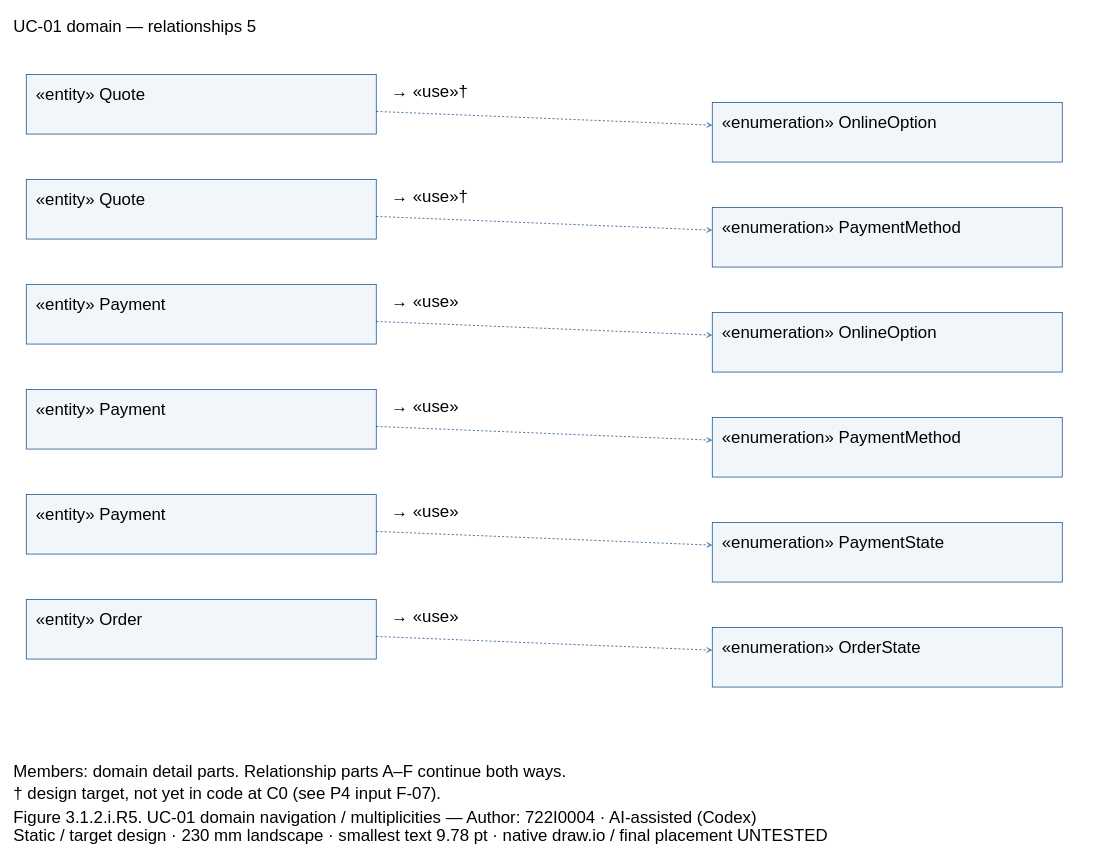
Before: models/UC-01/dcd_uc01_domain_links_PartE.drawio in Dat071104/SaigonBite, a draw.io diagram. Source tidied: cells renumbered, new cells numbered last; positions are measured from the earlier drawing's top-left corner, leaving out a move shared by most shapes. Both pictures are drawn from the tidied source at 70%, with x=0, y=0 at pixel (12, 12).
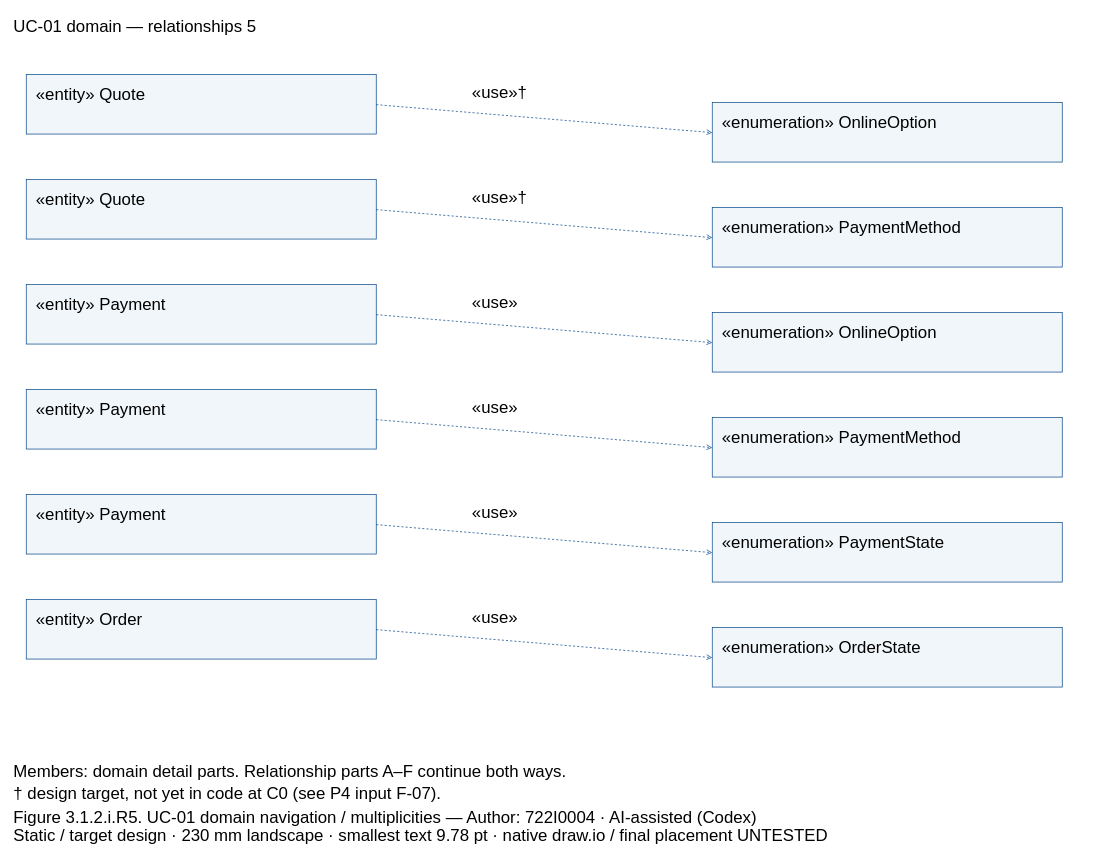
The same page after the edit.

The change refers to these unchanged cells:
```xml
<mxCell id="3" style="fillColor=#F1F6FA;strokeColor=#004387;fontFamily=Arial;fontSize=24;whiteSpace=wrap;html=0;" parent="1" vertex="1">
  <mxGeometry x="20" y="89" width="500" height="85" as="geometry" />
</mxCell>
<mxCell id="5" style="fillColor=#F1F6FA;strokeColor=#004387;fontFamily=Arial;fontSize=24;whiteSpace=wrap;html=0;" parent="1" vertex="1">
  <mxGeometry x="1000" y="129" width="500" height="85" as="geometry" />
</mxCell>
<mxCell id="7" style="fillColor=#F1F6FA;strokeColor=#004387;fontFamily=Arial;fontSize=24;whiteSpace=wrap;html=0;" parent="1" vertex="1">
  <mxGeometry x="20" y="239" width="500" height="85" as="geometry" />
</mxCell>
<mxCell id="9" style="fillColor=#F1F6FA;strokeColor=#004387;fontFamily=Arial;fontSize=24;whiteSpace=wrap;html=0;" parent="1" vertex="1">
  <mxGeometry x="1000" y="279" width="500" height="85" as="geometry" />
</mxCell>
<mxCell id="11" style="fillColor=#F1F6FA;strokeColor=#004387;fontFamily=Arial;fontSize=24;whiteSpace=wrap;html=0;" parent="1" vertex="1">
  <mxGeometry x="20" y="389" width="500" height="85" as="geometry" />
</mxCell>
<mxCell id="13" style="fillColor=#F1F6FA;strokeColor=#004387;fontFamily=Arial;fontSize=24;whiteSpace=wrap;html=0;" parent="1" vertex="1">
  <mxGeometry x="1000" y="429" width="500" height="85" as="geometry" />
</mxCell>
<mxCell id="15" style="fillColor=#F1F6FA;strokeColor=#004387;fontFamily=Arial;fontSize=24;whiteSpace=wrap;html=0;" parent="1" vertex="1">
  <mxGeometry x="20" y="539" width="500" height="85" as="geometry" />
</mxCell>
<mxCell id="17" style="fillColor=#F1F6FA;strokeColor=#004387;fontFamily=Arial;fontSize=24;whiteSpace=wrap;html=0;" parent="1" vertex="1">
  <mxGeometry x="1000" y="579" width="500" height="85" as="geometry" />
</mxCell>
<mxCell id="19" style="fillColor=#F1F6FA;strokeColor=#004387;fontFamily=Arial;fontSize=24;whiteSpace=wrap;html=0;" parent="1" vertex="1">
  <mxGeometry x="20" y="689" width="500" height="85" as="geometry" />
</mxCell>
<mxCell id="21" style="fillColor=#F1F6FA;strokeColor=#004387;fontFamily=Arial;fontSize=24;whiteSpace=wrap;html=0;" parent="1" vertex="1">
  <mxGeometry x="1000" y="729" width="500" height="85" as="geometry" />
</mxCell>
<mxCell id="23" style="fillColor=#F1F6FA;strokeColor=#004387;fontFamily=Arial;fontSize=24;whiteSpace=wrap;html=0;" parent="1" vertex="1">
  <mxGeometry x="20" y="839" width="500" height="85" as="geometry" />
</mxCell>
<mxCell id="25" style="fillColor=#F1F6FA;strokeColor=#004387;fontFamily=Arial;fontSize=24;whiteSpace=wrap;html=0;" parent="1" vertex="1">
  <mxGeometry x="1000" y="879" width="500" height="85" as="geometry" />
</mxCell>
```

What changed in the source:
```diff
@@
-    <mxCell id="27" style="edgeStyle=none;endArrow=open;dashed=1;strokeColor=#004387;" parent="1" edge="1" source="3" target="5">
+    <mxCell id="27" style="edgeStyle=none;endArrow=open;endFill=0;dashed=1;strokeColor=#004387;exitX=1.0;exitY=0.5058823529411764;exitPerimeter=0;entryX=0.0;entryY=0.5058823529411764;entryPerimeter=0;" parent="1" edge="1" source="3" target="5">
       <mxGeometry relative="1" as="geometry" />
     </mxCell>
-    <mxCell id="28" value="→ «use»†" style="text;align=left;verticalAlign=top;strokeColor=none;fillColor=none;fontFamily=Arial;fontSize=24;whiteSpace=wrap;html=0;" parent="1" vertex="1">
-      <mxGeometry x="540" y="93" width="440" height="27.6" as="geometry" />
-    </mxCell>
+    <mxCell id="43" value="«use»†" style="text;align=left;verticalAlign=top;strokeColor=none;fillColor=none;fontFamily=Arial;fontSize=24;whiteSpace=wrap;html=0;" parent="1" vertex="1">
+      <mxGeometry x="655" y="94" width="330" height="27.6" as="geometry" />
+    </mxCell>
-    <mxCell id="29" style="edgeStyle=none;endArrow=open;dashed=1;strokeColor=#004387;" parent="1" edge="1" source="7" target="9">
+    <mxCell id="29" style="edgeStyle=none;endArrow=open;endFill=0;dashed=1;strokeColor=#004387;exitX=1.0;exitY=0.5058823529411764;exitPerimeter=0;entryX=0.0;entryY=0.5058823529411764;entryPerimeter=0;" parent="1" edge="1" source="7" target="9">
       <mxGeometry relative="1" as="geometry" />
     </mxCell>
-    <mxCell id="30" value="→ «use»†" style="text;align=left;verticalAlign=top;strokeColor=none;fillColor=none;fontFamily=Arial;fontSize=24;whiteSpace=wrap;html=0;" parent="1" vertex="1">
-      <mxGeometry x="540" y="243" width="440" height="27.6" as="geometry" />
-    </mxCell>
+    <mxCell id="44" value="«use»†" style="text;align=left;verticalAlign=top;strokeColor=none;fillColor=none;fontFamily=Arial;fontSize=24;whiteSpace=wrap;html=0;" parent="1" vertex="1">
+      <mxGeometry x="655" y="244" width="330" height="27.6" as="geometry" />
+    </mxCell>
-    <mxCell id="31" style="edgeStyle=none;endArrow=open;dashed=1;strokeColor=#004387;" parent="1" edge="1" source="11" target="13">
+    <mxCell id="31" style="edgeStyle=none;endArrow=open;endFill=0;dashed=1;strokeColor=#004387;exitX=1.0;exitY=0.5058823529411764;exitPerimeter=0;entryX=0.0;entryY=0.5058823529411764;entryPerimeter=0;" parent="1" edge="1" source="11" target="13">
       <mxGeometry relative="1" as="geometry" />
     </mxCell>
-    <mxCell id="32" value="→ «use»" style="text;align=left;verticalAlign=top;strokeColor=none;fillColor=none;fontFamily=Arial;fontSize=24;whiteSpace=wrap;html=0;" parent="1" vertex="1">
-      <mxGeometry x="540" y="393" width="440" height="27.6" as="geometry" />
-    </mxCell>
+    <mxCell id="45" value="«use»" style="text;align=left;verticalAlign=top;strokeColor=none;fillColor=none;fontFamily=Arial;fontSize=24;whiteSpace=wrap;html=0;" parent="1" vertex="1">
+      <mxGeometry x="655" y="394" width="330" height="27.6" as="geometry" />
+    </mxCell>
-    <mxCell id="33" style="edgeStyle=none;endArrow=open;dashed=1;strokeColor=#004387;" parent="1" edge="1" source="15" target="17">
+    <mxCell id="33" style="edgeStyle=none;endArrow=open;endFill=0;dashed=1;strokeColor=#004387;exitX=1.0;exitY=0.5058823529411764;exitPerimeter=0;entryX=0.0;entryY=0.5058823529411764;entryPerimeter=0;" parent="1" edge="1" source="15" target="17">
       <mxGeometry relative="1" as="geometry" />
     </mxCell>
-    <mxCell id="34" value="→ «use»" style="text;align=left;verticalAlign=top;strokeColor=none;fillColor=none;fontFamily=Arial;fontSize=24;whiteSpace=wrap;html=0;" parent="1" vertex="1">
-      <mxGeometry x="540" y="543" width="440" height="27.6" as="geometry" />
-    </mxCell>
+    <mxCell id="46" value="«use»" style="text;align=left;verticalAlign=top;strokeColor=none;fillColor=none;fontFamily=Arial;fontSize=24;whiteSpace=wrap;html=0;" parent="1" vertex="1">
+      <mxGeometry x="655" y="544" width="330" height="27.6" as="geometry" />
+    </mxCell>
-    <mxCell id="35" style="edgeStyle=none;endArrow=open;dashed=1;strokeColor=#004387;" parent="1" edge="1" source="19" target="21">
+    <mxCell id="35" style="edgeStyle=none;endArrow=open;endFill=0;dashed=1;strokeColor=#004387;exitX=1.0;exitY=0.5058823529411764;exitPerimeter=0;entryX=0.0;entryY=0.5058823529411764;entryPerimeter=0;" parent="1" edge="1" source="19" target="21">
       <mxGeometry relative="1" as="geometry" />
     </mxCell>
-    <mxCell id="36" value="→ «use»" style="text;align=left;verticalAlign=top;strokeColor=none;fillColor=none;fontFamily=Arial;fontSize=24;whiteSpace=wrap;html=0;" parent="1" vertex="1">
-      <mxGeometry x="540" y="693" width="440" height="27.6" as="geometry" />
-    </mxCell>
+    <mxCell id="47" value="«use»" style="text;align=left;verticalAlign=top;strokeColor=none;fillColor=none;fontFamily=Arial;fontSize=24;whiteSpace=wrap;html=0;" parent="1" vertex="1">
+      <mxGeometry x="655" y="694" width="330" height="27.6" as="geometry" />
+    </mxCell>
-    <mxCell id="37" style="edgeStyle=none;endArrow=open;dashed=1;strokeColor=#004387;" parent="1" edge="1" source="23" target="25">
+    <mxCell id="37" style="edgeStyle=none;endArrow=open;endFill=0;dashed=1;strokeColor=#004387;exitX=1.0;exitY=0.5058823529411764;exitPerimeter=0;entryX=0.0;entryY=0.5058823529411764;entryPerimeter=0;" parent="1" edge="1" source="23" target="25">
       <mxGeometry relative="1" as="geometry" />
     </mxCell>
-    <mxCell id="38" value="→ «use»" style="text;align=left;verticalAlign=top;strokeColor=none;fillColor=none;fontFamily=Arial;fontSize=24;whiteSpace=wrap;html=0;" parent="1" vertex="1">
-      <mxGeometry x="540" y="843" width="440" height="27.6" as="geometry" />
-    </mxCell>
+    <mxCell id="48" value="«use»" style="text;align=left;verticalAlign=top;strokeColor=none;fillColor=none;fontFamily=Arial;fontSize=24;whiteSpace=wrap;html=0;" parent="1" vertex="1">
+      <mxGeometry x="655" y="844" width="330" height="27.6" as="geometry" />
+    </mxCell>
```
